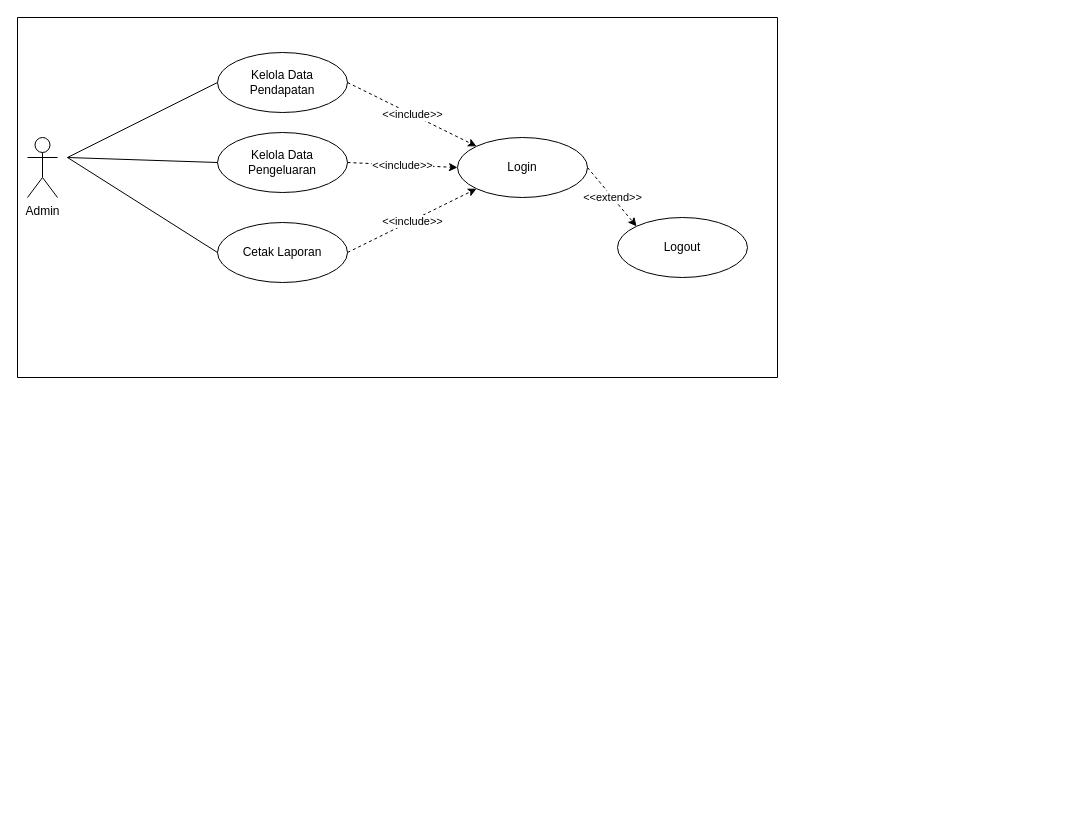
Khairul122/JK-WebKeuanganSekolah-ED keeps this draw.io diagram as page "UCD" (1 of 10) of SKRIPSI ILHAMI KURNIA PUTRI/ARSIP/FILE MASTER DESAIN/DESAIN DIAGRAM ILHAMI KURNIA PUTRI.drawio. Above is the earlier version. Source tidied: cells renumbered, new cells numbered last; positions are measured from the earlier drawing's top-left corner, leaving out a move shared by most shapes. Both pictures are drawn from the tidied source at 100%, with x=0, y=0 at pixel (17, 17).
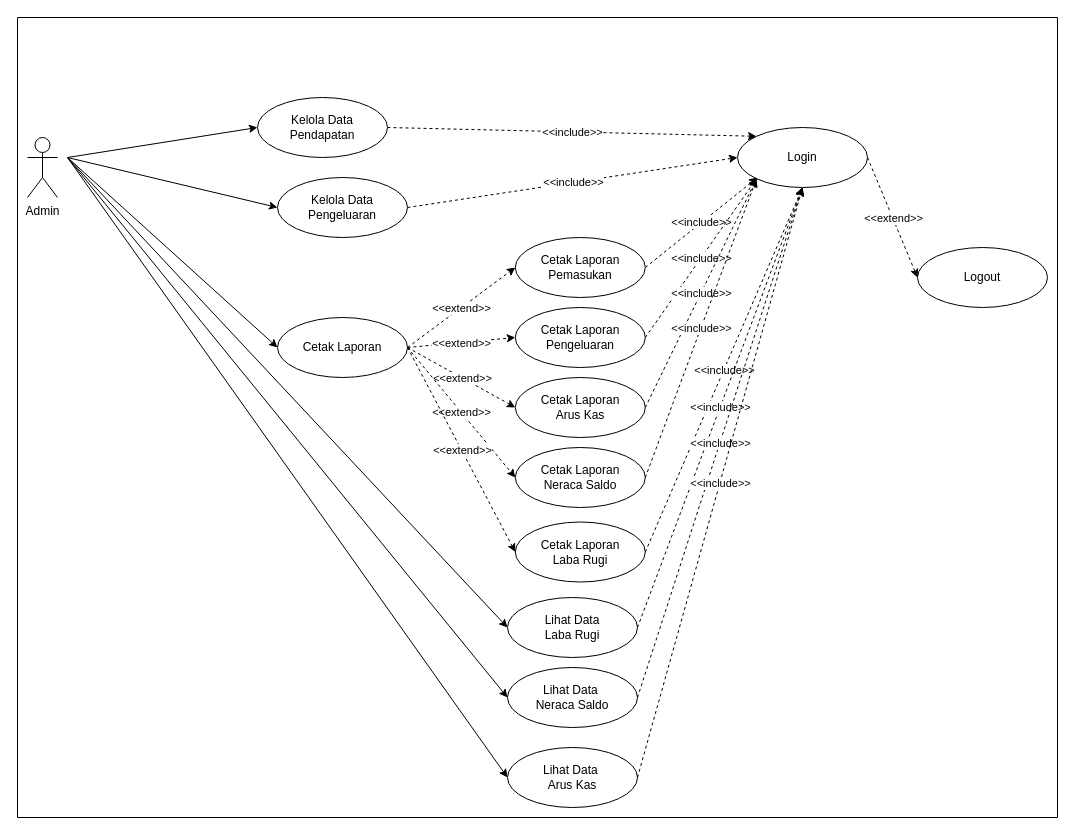
The same page after the edit.

Commit message (it also covers changes not shown here):
Menambahkan arus kas dan neraca saldo

Unchanged cells that the change refers to:
```xml
<mxCell id="10" style="endArrow=classic;html=1;dashed=1;exitX=1;exitY=0.5;exitDx=0;exitDy=0;entryX=0;entryY=0;entryDx=0;entryDy=0;" parent="1" edge="1" source="3" target="6">
  <mxGeometry relative="1" as="geometry" />
</mxCell>
<mxCell id="12" style="endArrow=classic;html=1;dashed=1;exitX=1;exitY=0.5;exitDx=0;exitDy=0;entryX=0;entryY=0.5;entryDx=0;entryDy=0;" parent="1" edge="1" source="4" target="6">
  <mxGeometry relative="1" as="geometry" />
</mxCell>
```

The edit, as a diff of the source:
```diff
@@
     <mxCell id="3" value="Kelola Data Pendapatan" style="ellipse;whiteSpace=wrap;html=1;" parent="1" vertex="1">
-      <mxGeometry x="200" y="35" width="130" height="60" as="geometry" />
+      <mxGeometry x="240" y="80" width="130" height="60" as="geometry" />
     </mxCell>
     <mxCell id="4" value="Kelola Data Pengeluaran" style="ellipse;whiteSpace=wrap;html=1;" parent="1" vertex="1">
-      <mxGeometry x="200" y="115" width="130" height="60" as="geometry" />
+      <mxGeometry x="260" y="160" width="130" height="60" as="geometry" />
     </mxCell>
     <mxCell id="5" value="Cetak Laporan" style="ellipse;whiteSpace=wrap;html=1;" parent="1" vertex="1">
-      <mxGeometry x="200" y="205" width="130" height="60" as="geometry" />
+      <mxGeometry x="260" y="300" width="130" height="60" as="geometry" />
     </mxCell>
     <mxCell id="6" value="Login" style="ellipse;whiteSpace=wrap;html=1;" parent="1" vertex="1">
-      <mxGeometry x="440" y="120" width="130" height="60" as="geometry" />
+      <mxGeometry x="720" y="110" width="130" height="60" as="geometry" />
     </mxCell>
-    <mxCell id="7" style="endArrow=none;html=1;entryX=0;entryY=0.5;entryDx=0;entryDy=0;" parent="1" edge="1" target="3">
-      <mxGeometry relative="1" as="geometry">
-        <mxPoint x="50" y="140" as="sourcePoint" />
-      </mxGeometry>
-    </mxCell>
-    <mxCell id="8" style="endArrow=none;html=1;entryX=0;entryY=0.5;entryDx=0;entryDy=0;" parent="1" edge="1" target="4">
-      <mxGeometry relative="1" as="geometry">
-        <mxPoint x="50" y="140" as="sourcePoint" />
-      </mxGeometry>
-    </mxCell>
-    <mxCell id="9" style="endArrow=none;html=1;entryX=0;entryY=0.5;entryDx=0;entryDy=0;" parent="1" edge="1" target="5">
-      <mxGeometry relative="1" as="geometry">
-        <mxPoint x="50" y="140" as="sourcePoint" />
-      </mxGeometry>
-    </mxCell>
@@
-    <mxCell id="11" value="&amp;lt;&amp;lt;include&amp;gt;&amp;gt;" style="edgeLabel;html=1;align=center;verticalAlign=middle;" parent="10" vertex="1">
-      <mxGeometry relative="1" as="geometry" />
-    </mxCell>
+    <mxCell id="23" value="&amp;lt;&amp;lt;include&amp;gt;&amp;gt;" style="edgeLabel;html=1;align=center;verticalAlign=middle;" parent="10" vertex="1">
+      <mxGeometry relative="1" as="geometry" />
+    </mxCell>
@@
-    <mxCell id="13" value="&amp;lt;&amp;lt;include&amp;gt;&amp;gt;" style="edgeLabel;html=1;align=center;verticalAlign=middle;" parent="12" vertex="1">
-      <mxGeometry relative="1" as="geometry" />
-    </mxCell>
-    <mxCell id="14" style="endArrow=classic;html=1;dashed=1;exitX=1;exitY=0.5;exitDx=0;exitDy=0;entryX=0;entryY=1;entryDx=0;entryDy=0;" parent="1" edge="1" source="5" target="6">
-      <mxGeometry relative="1" as="geometry" />
-    </mxCell>
-    <mxCell id="15" value="&amp;lt;&amp;lt;include&amp;gt;&amp;gt;" style="edgeLabel;html=1;align=center;verticalAlign=middle;" parent="14" vertex="1">
-      <mxGeometry relative="1" as="geometry" />
-    </mxCell>
+    <mxCell id="24" value="&amp;lt;&amp;lt;include&amp;gt;&amp;gt;" style="edgeLabel;html=1;align=center;verticalAlign=middle;" parent="12" vertex="1">
+      <mxGeometry relative="1" as="geometry" />
+    </mxCell>
     <mxCell id="16" value="Logout" style="ellipse;whiteSpace=wrap;html=1;" parent="1" vertex="1">
-      <mxGeometry x="600" y="200" width="130" height="60" as="geometry" />
+      <mxGeometry x="900" y="230" width="130" height="60" as="geometry" />
     </mxCell>
+    <mxCell id="25" style="endArrow=none;html=1;" parent="1" edge="1">
+      <mxGeometry relative="1" as="geometry">
+        <mxPoint y="800" as="sourcePoint" />
+        <mxPoint as="targetPoint" />
+      </mxGeometry>
+    </mxCell>
+    <mxCell id="26" style="endArrow=none;html=1;" parent="1" edge="1">
+      <mxGeometry relative="1" as="geometry">
+        <mxPoint x="1040" y="800" as="sourcePoint" />
+        <mxPoint x="1040" as="targetPoint" />
+      </mxGeometry>
+    </mxCell>
+    <mxCell id="27" style="endArrow=none;html=1;" parent="1" edge="1">
+      <mxGeometry relative="1" as="geometry">
+        <mxPoint x="1040" y="800" as="sourcePoint" />
+        <mxPoint y="800" as="targetPoint" />
+      </mxGeometry>
+    </mxCell>
+    <mxCell id="28" style="endArrow=none;html=1;" parent="1" edge="1">
+      <mxGeometry relative="1" as="geometry">
+        <mxPoint x="1040" as="sourcePoint" />
+        <mxPoint as="targetPoint" />
+      </mxGeometry>
+    </mxCell>
+    <mxCell id="29" value="Lihat Data &lt;br&gt;Laba Rugi" style="ellipse;whiteSpace=wrap;html=1;" parent="1" vertex="1">
+      <mxGeometry x="490" y="580" width="130" height="60" as="geometry" />
+    </mxCell>
+    <mxCell id="30" value="Lihat Data&amp;nbsp;&lt;br&gt;Neraca Saldo" style="ellipse;whiteSpace=wrap;html=1;" parent="1" vertex="1">
+      <mxGeometry x="490" y="650" width="130" height="60" as="geometry" />
+    </mxCell>
+    <mxCell id="31" value="Lihat Data&amp;nbsp;&lt;br&gt;Arus Kas" style="ellipse;whiteSpace=wrap;html=1;" parent="1" vertex="1">
+      <mxGeometry x="490" y="730" width="130" height="60" as="geometry" />
+    </mxCell>
+    <mxCell id="32" style="endArrow=classic;html=1;entryX=0;entryY=0.5;entryDx=0;entryDy=0;" parent="1" edge="1" target="3">
+      <mxGeometry relative="1" as="geometry">
+        <mxPoint x="50" y="140" as="sourcePoint" />
+      </mxGeometry>
+    </mxCell>
+    <mxCell id="33" style="endArrow=classic;html=1;entryX=0;entryY=0.5;entryDx=0;entryDy=0;" parent="1" edge="1" target="4">
+      <mxGeometry relative="1" as="geometry">
+        <mxPoint x="50" y="140" as="sourcePoint" />
+      </mxGeometry>
+    </mxCell>
+    <mxCell id="34" style="endArrow=classic;html=1;entryX=0;entryY=0.5;entryDx=0;entryDy=0;" parent="1" edge="1" target="5">
+      <mxGeometry relative="1" as="geometry">
+        <mxPoint x="50" y="140" as="sourcePoint" />
+      </mxGeometry>
+    </mxCell>
+    <mxCell id="35" style="endArrow=classic;html=1;entryX=0;entryY=0.5;entryDx=0;entryDy=0;" parent="1" edge="1" target="29">
+      <mxGeometry relative="1" as="geometry">
+        <mxPoint x="50" y="140" as="sourcePoint" />
+      </mxGeometry>
+    </mxCell>
+    <mxCell id="36" style="endArrow=classic;html=1;entryX=0;entryY=0.5;entryDx=0;entryDy=0;" parent="1" edge="1" target="30">
+      <mxGeometry relative="1" as="geometry">
+        <mxPoint x="50" y="140" as="sourcePoint" />
+      </mxGeometry>
+    </mxCell>
+    <mxCell id="37" style="endArrow=classic;html=1;entryX=0;entryY=0.5;entryDx=0;entryDy=0;" parent="1" edge="1" target="31">
+      <mxGeometry relative="1" as="geometry">
+        <mxPoint x="50" y="140" as="sourcePoint" />
+      </mxGeometry>
+    </mxCell>
+    <mxCell id="38" value="Cetak Laporan&lt;br&gt;Pemasukan" style="ellipse;whiteSpace=wrap;html=1;" parent="1" vertex="1">
+      <mxGeometry x="497.8" y="220" width="130" height="60" as="geometry" />
+    </mxCell>
+    <mxCell id="39" value="Cetak Laporan&lt;br&gt;Pengeluaran" style="ellipse;whiteSpace=wrap;html=1;" parent="1" vertex="1">
+      <mxGeometry x="497.8" y="290" width="130" height="60" as="geometry" />
+    </mxCell>
+    <mxCell id="40" value="Cetak Laporan&lt;br&gt;Arus Kas" style="ellipse;whiteSpace=wrap;html=1;" parent="1" vertex="1">
+      <mxGeometry x="497.8" y="360" width="130" height="60" as="geometry" />
+    </mxCell>
+    <mxCell id="41" value="Cetak Laporan&lt;br&gt;Neraca Saldo" style="ellipse;whiteSpace=wrap;html=1;" parent="1" vertex="1">
+      <mxGeometry x="497.8" y="430" width="130" height="60" as="geometry" />
+    </mxCell>
+    <mxCell id="42" value="Cetak Laporan&lt;br&gt;Laba Rugi" style="ellipse;whiteSpace=wrap;html=1;" parent="1" vertex="1">
+      <mxGeometry x="497.8" y="504.5" width="130" height="60" as="geometry" />
+    </mxCell>
+    <mxCell id="43" style="endArrow=classic;html=1;exitX=1;exitY=0.5;exitDx=0;exitDy=0;entryX=0;entryY=0.5;entryDx=0;entryDy=0;dashed=1;" parent="1" edge="1" source="5" target="39">
+      <mxGeometry relative="1" as="geometry" />
+    </mxCell>
+    <mxCell id="44" value="&amp;lt;&amp;lt;extend&amp;gt;&amp;gt;" style="edgeLabel;html=1;align=center;verticalAlign=middle;" parent="43" vertex="1">
+      <mxGeometry relative="1" as="geometry" />
+    </mxCell>
+    <mxCell id="45" style="endArrow=classic;html=1;exitX=1;exitY=0.5;exitDx=0;exitDy=0;entryX=0;entryY=0.5;entryDx=0;entryDy=0;dashed=1;" parent="1" edge="1" source="5" target="40">
+      <mxGeometry relative="1" as="geometry" />
+    </mxCell>
+    <mxCell id="46" value="&amp;lt;&amp;lt;extend&amp;gt;&amp;gt;" style="edgeLabel;html=1;align=center;verticalAlign=middle;" parent="45" vertex="1">
+      <mxGeometry relative="1" as="geometry" />
+    </mxCell>
+    <mxCell id="47" style="endArrow=classic;html=1;exitX=1;exitY=0.5;exitDx=0;exitDy=0;entryX=0;entryY=0.5;entryDx=0;entryDy=0;dashed=1;" parent="1" edge="1" source="5" target="41">
+      <mxGeometry relative="1" as="geometry" />
+    </mxCell>
+    <mxCell id="48" value="&amp;lt;&amp;lt;extend&amp;gt;&amp;gt;" style="edgeLabel;html=1;align=center;verticalAlign=middle;" parent="47" vertex="1">
+      <mxGeometry relative="1" as="geometry" />
+    </mxCell>
+    <mxCell id="49" style="endArrow=classic;html=1;exitX=1;exitY=0.5;exitDx=0;exitDy=0;dashed=1;entryX=0;entryY=0.5;entryDx=0;entryDy=0;" parent="1" edge="1" source="5" target="42">
+      <mxGeometry relative="1" as="geometry" />
+    </mxCell>
+    <mxCell id="50" value="&amp;lt;&amp;lt;extend&amp;gt;&amp;gt;" style="edgeLabel;html=1;align=center;verticalAlign=middle;" parent="49" vertex="1">
+      <mxGeometry relative="1" as="geometry" />
+    </mxCell>
+    <mxCell id="51" style="endArrow=classic;html=1;dashed=1;exitX=1;exitY=0.5;exitDx=0;exitDy=0;" parent="1" edge="1" source="38">
+      <mxGeometry relative="1" as="geometry">
+        <mxPoint x="740" y="160" as="targetPoint" />
+      </mxGeometry>
+    </mxCell>
+    <mxCell id="52" value="&amp;lt;&amp;lt;include&amp;gt;&amp;gt;" style="edgeLabel;html=1;align=center;verticalAlign=middle;" parent="51" vertex="1">
+      <mxGeometry relative="1" as="geometry" />
+    </mxCell>
+    <mxCell id="53" style="endArrow=classic;html=1;dashed=1;exitX=1;exitY=0.5;exitDx=0;exitDy=0;entryX=0;entryY=1;entryDx=0;entryDy=0;" parent="1" edge="1" source="39" target="6">
+      <mxGeometry relative="1" as="geometry" />
+    </mxCell>
+    <mxCell id="54" value="&amp;lt;&amp;lt;include&amp;gt;&amp;gt;" style="edgeLabel;html=1;align=center;verticalAlign=middle;" parent="53" vertex="1">
+      <mxGeometry relative="1" as="geometry" />
+    </mxCell>
+    <mxCell id="55" style="endArrow=classic;html=1;dashed=1;exitX=1;exitY=0.5;exitDx=0;exitDy=0;entryX=0;entryY=1;entryDx=0;entryDy=0;" parent="1" edge="1" source="40" target="6">
+      <mxGeometry relative="1" as="geometry" />
+    </mxCell>
+    <mxCell id="56" value="&amp;lt;&amp;lt;include&amp;gt;&amp;gt;" style="edgeLabel;html=1;align=center;verticalAlign=middle;" parent="55" vertex="1">
+      <mxGeometry relative="1" as="geometry" />
+    </mxCell>
+    <mxCell id="57" style="endArrow=classic;html=1;dashed=1;exitX=1;exitY=0.5;exitDx=0;exitDy=0;entryX=0;entryY=1;entryDx=0;entryDy=0;" parent="1" edge="1" source="41" target="6">
+      <mxGeometry relative="1" as="geometry" />
+    </mxCell>
+    <mxCell id="58" value="&amp;lt;&amp;lt;include&amp;gt;&amp;gt;" style="edgeLabel;html=1;align=center;verticalAlign=middle;" parent="57" vertex="1">
+      <mxGeometry relative="1" as="geometry" />
+    </mxCell>
+    <mxCell id="59" style="endArrow=classic;html=1;dashed=1;exitX=1;exitY=0.5;exitDx=0;exitDy=0;entryX=0.5;entryY=1;entryDx=0;entryDy=0;" parent="1" edge="1" source="42" target="6">
+      <mxGeometry relative="1" as="geometry" />
+    </mxCell>
+    <mxCell id="60" value="&amp;lt;&amp;lt;include&amp;gt;&amp;gt;" style="edgeLabel;html=1;align=center;verticalAlign=middle;" parent="59" vertex="1">
+      <mxGeometry relative="1" as="geometry" />
+    </mxCell>
+    <mxCell id="61" style="endArrow=classic;html=1;dashed=1;entryX=0.5;entryY=1;entryDx=0;entryDy=0;exitX=1;exitY=0.5;exitDx=0;exitDy=0;" parent="1" edge="1" source="29" target="6">
+      <mxGeometry relative="1" as="geometry" />
+    </mxCell>
+    <mxCell id="62" value="&amp;lt;&amp;lt;include&amp;gt;&amp;gt;" style="edgeLabel;html=1;align=center;verticalAlign=middle;" parent="61" vertex="1">
+      <mxGeometry relative="1" as="geometry" />
+    </mxCell>
+    <mxCell id="63" style="endArrow=classic;html=1;dashed=1;entryX=0.5;entryY=1;entryDx=0;entryDy=0;exitX=1;exitY=0.5;exitDx=0;exitDy=0;" parent="1" edge="1" source="30" target="6">
+      <mxGeometry relative="1" as="geometry" />
+    </mxCell>
+    <mxCell id="64" value="&amp;lt;&amp;lt;include&amp;gt;&amp;gt;" style="edgeLabel;html=1;align=center;verticalAlign=middle;" parent="63" vertex="1">
+      <mxGeometry relative="1" as="geometry" />
+    </mxCell>
+    <mxCell id="65" style="endArrow=classic;html=1;dashed=1;entryX=0.5;entryY=1;entryDx=0;entryDy=0;exitX=1;exitY=0.5;exitDx=0;exitDy=0;" parent="1" edge="1" source="31" target="6">
+      <mxGeometry relative="1" as="geometry" />
+    </mxCell>
+    <mxCell id="66" value="&amp;lt;&amp;lt;include&amp;gt;&amp;gt;" style="edgeLabel;html=1;align=center;verticalAlign=middle;" parent="65" vertex="1">
+      <mxGeometry relative="1" as="geometry" />
+    </mxCell>
+    <mxCell id="67" style="endArrow=classic;html=1;exitX=1;exitY=0.5;exitDx=0;exitDy=0;entryX=0;entryY=0.5;entryDx=0;entryDy=0;dashed=1;" parent="1" edge="1" source="5">
+      <mxGeometry relative="1" as="geometry">
+        <mxPoint x="497.8" y="250" as="targetPoint" />
+      </mxGeometry>
+    </mxCell>
+    <mxCell id="68" value="&amp;lt;&amp;lt;extend&amp;gt;&amp;gt;" style="edgeLabel;html=1;align=center;verticalAlign=middle;" parent="67" vertex="1">
+      <mxGeometry relative="1" as="geometry" />
+    </mxCell>
-    <mxCell id="17" style="endArrow=classic;html=1;dashed=1;exitX=1;exitY=0.5;exitDx=0;exitDy=0;entryX=0;entryY=0;entryDx=0;entryDy=0;" parent="1" edge="1" source="6" target="16">
+    <mxCell id="17" style="endArrow=classic;html=1;exitX=1;exitY=0.5;exitDx=0;exitDy=0;entryX=0;entryY=0.5;entryDx=0;entryDy=0;dashed=1;" parent="1" edge="1" source="6" target="16">
       <mxGeometry relative="1" as="geometry" />
     </mxCell>
-    <mxCell id="18" value="&amp;lt;&amp;lt;extend&amp;gt;&amp;gt;" style="edgeLabel;html=1;align=center;verticalAlign=middle;" parent="17" vertex="1">
-      <mxGeometry relative="1" as="geometry" />
-    </mxCell>
-    <mxCell id="19" style="endArrow=none;html=1;" parent="1" edge="1">
-      <mxGeometry relative="1" as="geometry">
-        <mxPoint y="360" as="sourcePoint" />
-        <mxPoint as="targetPoint" />
-      </mxGeometry>
-    </mxCell>
-    <mxCell id="20" style="endArrow=none;html=1;" parent="1" edge="1">
-      <mxGeometry relative="1" as="geometry">
-        <mxPoint x="760" y="360" as="sourcePoint" />
-        <mxPoint x="760" as="targetPoint" />
-      </mxGeometry>
-    </mxCell>
-    <mxCell id="21" style="endArrow=none;html=1;" parent="1" edge="1">
-      <mxGeometry relative="1" as="geometry">
-        <mxPoint x="760" y="360" as="sourcePoint" />
-        <mxPoint y="360" as="targetPoint" />
-      </mxGeometry>
-    </mxCell>
-    <mxCell id="22" style="endArrow=none;html=1;" parent="1" edge="1">
-      <mxGeometry relative="1" as="geometry">
-        <mxPoint x="760" as="sourcePoint" />
-        <mxPoint as="targetPoint" />
-      </mxGeometry>
-    </mxCell>
+    <mxCell id="69" value="&amp;lt;&amp;lt;extend&amp;gt;&amp;gt;" style="edgeLabel;html=1;align=center;verticalAlign=middle;" parent="17" vertex="1">
+      <mxGeometry relative="1" as="geometry" />
+    </mxCell>
```
